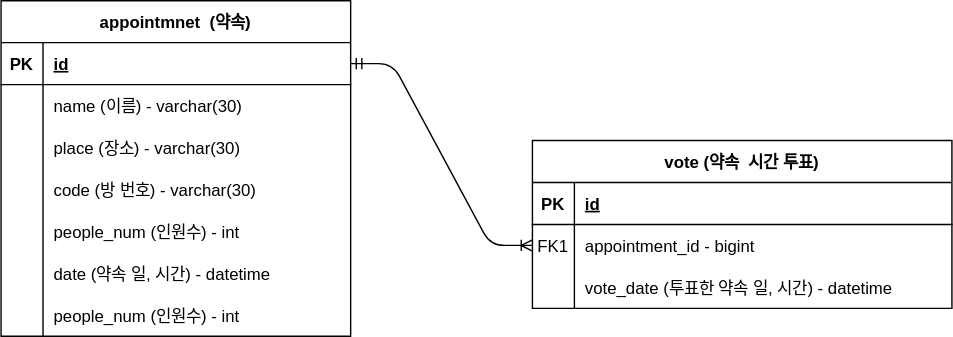
Before: document/erd.svg, a diagram exported from draw.io (Kwonminwoo/WWMeet). Source tidied: cells renumbered, new cells last; positions are measured from the earlier drawing's top-left corner, leaving out a move shared by most shapes.
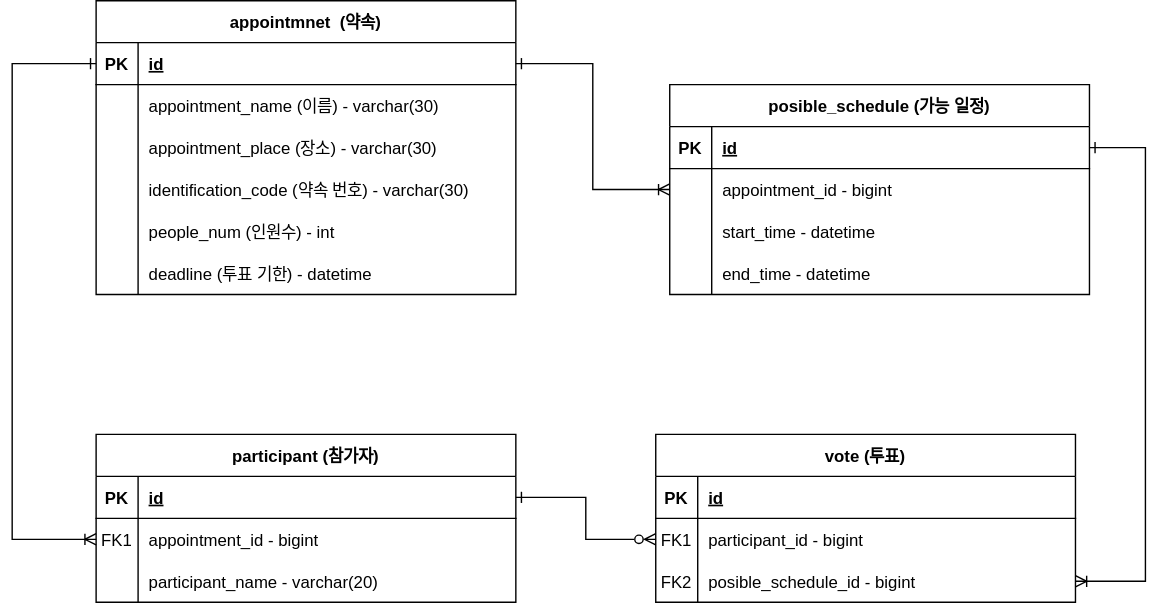
The same file after the commit.

The edit, as a diff of the source:
```diff
@@ -2,11 +2,8 @@
   <root>
     <mxCell id="0" />
     <mxCell id="1" parent="0" />
-    <mxCell id="2" style="edgeStyle=entityRelationEdgeStyle;endArrow=ERoneToMany;startArrow=ERmandOne;endFill=0;startFill=0;exitX=1;exitY=0.5;exitDx=0;exitDy=0;" parent="1" edge="1" source="14" target="7">
-      <mxGeometry relative="1" as="geometry" />
-    </mxCell>
-    <mxCell id="3" value="vote (약속  시간 투표)" style="shape=table;startSize=30;rowLines=0;fontStyle=1;align=center;" parent="1" vertex="1">
-      <mxGeometry x="380" y="100" width="300" height="120" as="geometry" />
+    <mxCell id="3" value="vote (투표)" style="shape=table;startSize=30;rowLines=0;fontStyle=1;align=center;" parent="1" vertex="1">
+      <mxGeometry x="370" y="410" width="300" height="120" as="geometry" />
     </mxCell>
     <mxCell id="4" style="shape=partialRectangle;fillColor=none;top=0;left=0;right=0;bottom=1;" parent="3" vertex="1">
       <mxGeometry y="30" width="300" height="30" as="geometry" />
@@ -23,83 +20,165 @@
     <mxCell id="8" value="FK1" style="shape=partialRectangle;overflow=hidden;fillColor=none;top=0;left=0;bottom=0;right=0;" parent="7" vertex="1">
       <mxGeometry width="30" height="30" as="geometry" />
     </mxCell>
-    <mxCell id="9" value="appointment_id - bigint" style="shape=partialRectangle;overflow=hidden;fillColor=none;top=0;left=0;bottom=0;right=0;align=left;spacingLeft=6;" parent="7" vertex="1">
+    <mxCell id="9" value="participant_id - bigint" style="shape=partialRectangle;overflow=hidden;fillColor=none;top=0;left=0;bottom=0;right=0;align=left;spacingLeft=6;" parent="7" vertex="1">
       <mxGeometry x="30" width="270" height="30" as="geometry" />
     </mxCell>
     <mxCell id="10" style="shape=partialRectangle;fillColor=none;points=[[0,0.5],[1,0.5]];portConstraint=eastwest;top=0;left=0;right=0;bottom=0;" parent="3" vertex="1">
       <mxGeometry y="90" width="300" height="30" as="geometry" />
     </mxCell>
-    <mxCell id="11" style="shape=partialRectangle;overflow=hidden;fillColor=none;top=0;left=0;bottom=0;right=0;" parent="10" vertex="1">
+    <mxCell id="11" value="FK2" style="shape=partialRectangle;overflow=hidden;fillColor=none;top=0;left=0;bottom=0;right=0;" parent="10" vertex="1">
       <mxGeometry width="30" height="30" as="geometry" />
     </mxCell>
-    <mxCell id="12" value="vote_date (투표한 약속 일, 시간) - datetime" style="shape=partialRectangle;overflow=hidden;fillColor=none;top=0;left=0;bottom=0;right=0;align=left;spacingLeft=6;" parent="10" vertex="1">
+    <mxCell id="12" value="posible_schedule_id - bigint" style="shape=partialRectangle;overflow=hidden;fillColor=none;top=0;left=0;bottom=0;right=0;align=left;spacingLeft=6;" parent="10" vertex="1">
       <mxGeometry x="30" width="270" height="30" as="geometry" />
     </mxCell>
     <mxCell id="13" value="appointmnet  (약속)" style="shape=table;startSize=30;rowLines=0;fontStyle=1;align=center;" parent="1" vertex="1">
-      <mxGeometry width="250" height="240" as="geometry" />
+      <mxGeometry x="-30" y="100" width="300" height="210" as="geometry" />
     </mxCell>
     <mxCell id="14" style="shape=partialRectangle;fillColor=none;points=[[0,0.5],[1,0.5]];portConstraint=eastwest;top=0;left=0;right=0;bottom=1;" parent="13" vertex="1">
-      <mxGeometry y="30" width="250" height="30" as="geometry" />
+      <mxGeometry y="30" width="300" height="30" as="geometry" />
     </mxCell>
     <mxCell id="15" value="PK" style="shape=partialRectangle;overflow=hidden;fillColor=none;top=0;left=0;bottom=0;right=0;fontStyle=1;" parent="14" vertex="1">
       <mxGeometry width="30" height="30" as="geometry" />
     </mxCell>
     <mxCell id="16" value="id" style="shape=partialRectangle;overflow=hidden;fillColor=none;top=0;left=0;bottom=0;right=0;align=left;spacingLeft=6;fontStyle=5;" parent="14" vertex="1">
-      <mxGeometry x="30" width="220" height="30" as="geometry" />
+      <mxGeometry x="30" width="270" height="30" as="geometry" />
     </mxCell>
     <mxCell id="17" style="shape=partialRectangle;fillColor=none;top=0;left=0;right=0;bottom=0;" parent="13" vertex="1">
-      <mxGeometry y="60" width="250" height="30" as="geometry" />
+      <mxGeometry y="60" width="300" height="30" as="geometry" />
     </mxCell>
     <mxCell id="18" style="shape=partialRectangle;overflow=hidden;fillColor=none;top=0;left=0;bottom=0;right=0;" parent="17" vertex="1">
       <mxGeometry width="30" height="30" as="geometry" />
     </mxCell>
-    <mxCell id="19" value="name (이름) - varchar(30)" style="shape=partialRectangle;overflow=hidden;fillColor=none;top=0;left=0;bottom=0;right=0;align=left;spacingLeft=6;" parent="17" vertex="1">
-      <mxGeometry x="30" width="220" height="30" as="geometry" />
+    <mxCell id="19" value="appointment_name (이름) - varchar(30)" style="shape=partialRectangle;overflow=hidden;fillColor=none;top=0;left=0;bottom=0;right=0;align=left;spacingLeft=6;" parent="17" vertex="1">
+      <mxGeometry x="30" width="270" height="30" as="geometry" />
     </mxCell>
     <mxCell id="20" style="shape=partialRectangle;fillColor=none;top=0;left=0;right=0;bottom=0;" parent="13" vertex="1">
-      <mxGeometry y="90" width="250" height="30" as="geometry" />
+      <mxGeometry y="90" width="300" height="30" as="geometry" />
     </mxCell>
     <mxCell id="21" style="shape=partialRectangle;overflow=hidden;fillColor=none;top=0;left=0;bottom=0;right=0;" parent="20" vertex="1">
       <mxGeometry width="30" height="30" as="geometry" />
     </mxCell>
-    <mxCell id="22" value="place (장소) - varchar(30)" style="shape=partialRectangle;overflow=hidden;fillColor=none;top=0;left=0;bottom=0;right=0;align=left;spacingLeft=6;" parent="20" vertex="1">
-      <mxGeometry x="30" width="220" height="30" as="geometry" />
+    <mxCell id="22" value="appointment_place (장소) - varchar(30)" style="shape=partialRectangle;overflow=hidden;fillColor=none;top=0;left=0;bottom=0;right=0;align=left;spacingLeft=6;" parent="20" vertex="1">
+      <mxGeometry x="30" width="270" height="30" as="geometry" />
     </mxCell>
     <mxCell id="23" style="shape=partialRectangle;fillColor=none;top=0;left=0;right=0;bottom=0;" parent="13" vertex="1">
-      <mxGeometry y="120" width="250" height="30" as="geometry" />
+      <mxGeometry y="120" width="300" height="30" as="geometry" />
     </mxCell>
     <mxCell id="24" style="shape=partialRectangle;overflow=hidden;fillColor=none;top=0;left=0;bottom=0;right=0;" parent="23" vertex="1">
       <mxGeometry width="30" height="30" as="geometry" />
     </mxCell>
-    <mxCell id="25" value="code (방 번호) - varchar(30)" style="shape=partialRectangle;overflow=hidden;fillColor=none;top=0;left=0;bottom=0;right=0;align=left;spacingLeft=6;" parent="23" vertex="1">
-      <mxGeometry x="30" width="220" height="30" as="geometry" />
+    <mxCell id="25" value="identification_code (약속 번호) - varchar(30)" style="shape=partialRectangle;overflow=hidden;fillColor=none;top=0;left=0;bottom=0;right=0;align=left;spacingLeft=6;" parent="23" vertex="1">
+      <mxGeometry x="30" width="270" height="30" as="geometry" />
     </mxCell>
     <mxCell id="26" style="shape=partialRectangle;fillColor=none;top=0;left=0;right=0;bottom=0;" parent="13" vertex="1">
-      <mxGeometry y="150" width="250" height="30" as="geometry" />
+      <mxGeometry y="150" width="300" height="30" as="geometry" />
     </mxCell>
     <mxCell id="27" style="shape=partialRectangle;overflow=hidden;fillColor=none;top=0;left=0;bottom=0;right=0;" parent="26" vertex="1">
       <mxGeometry width="30" height="30" as="geometry" />
     </mxCell>
     <mxCell id="28" value="people_num (인원수) - int" style="shape=partialRectangle;overflow=hidden;fillColor=none;top=0;left=0;bottom=0;right=0;align=left;spacingLeft=6;" parent="26" vertex="1">
-      <mxGeometry x="30" width="220" height="30" as="geometry" />
+      <mxGeometry x="30" width="270" height="30" as="geometry" />
     </mxCell>
     <mxCell id="29" style="shape=partialRectangle;fillColor=none;top=0;left=0;right=0;bottom=0;" parent="13" vertex="1">
-      <mxGeometry y="180" width="250" height="30" as="geometry" />
+      <mxGeometry y="180" width="300" height="30" as="geometry" />
     </mxCell>
     <mxCell id="30" style="shape=partialRectangle;overflow=hidden;fillColor=none;top=0;left=0;bottom=0;right=0;" parent="29" vertex="1">
       <mxGeometry width="30" height="30" as="geometry" />
     </mxCell>
-    <mxCell id="31" value="date (약속 일, 시간) - datetime" style="shape=partialRectangle;overflow=hidden;fillColor=none;top=0;left=0;bottom=0;right=0;align=left;spacingLeft=6;" parent="29" vertex="1">
-      <mxGeometry x="30" width="220" height="30" as="geometry" />
+    <mxCell id="31" value="deadline (투표 기한) - datetime" style="shape=partialRectangle;overflow=hidden;fillColor=none;top=0;left=0;bottom=0;right=0;align=left;spacingLeft=6;" parent="29" vertex="1">
+      <mxGeometry x="30" width="270" height="30" as="geometry" />
     </mxCell>
-    <mxCell id="32" style="shape=partialRectangle;fillColor=none;top=0;left=0;right=0;bottom=0;" parent="13" vertex="1">
-      <mxGeometry y="210" width="250" height="30" as="geometry" />
-    </mxCell>
-    <mxCell id="33" style="shape=partialRectangle;overflow=hidden;fillColor=none;top=0;left=0;bottom=0;right=0;" parent="32" vertex="1">
-      <mxGeometry width="30" height="30" as="geometry" />
-    </mxCell>
-    <mxCell id="34" value="people_num (인원수) - int" style="shape=partialRectangle;overflow=hidden;fillColor=none;top=0;left=0;bottom=0;right=0;align=left;spacingLeft=6;" parent="32" vertex="1">
-      <mxGeometry x="30" width="220" height="30" as="geometry" />
-    </mxCell>
+    <mxCell id="35" value="participant (참가자)" style="shape=table;startSize=30;rowLines=0;fontStyle=1;align=center;" parent="1" vertex="1">
+      <mxGeometry x="-30" y="410" width="300" height="120" as="geometry" />
+    </mxCell>
+    <mxCell id="36" style="shape=partialRectangle;fillColor=none;points=[[0,0.5],[1,0.5]];portConstraint=eastwest;top=0;left=0;right=0;bottom=1;" parent="35" vertex="1">
+      <mxGeometry y="30" width="300" height="30" as="geometry" />
+    </mxCell>
+    <mxCell id="37" value="PK" style="shape=partialRectangle;overflow=hidden;fillColor=none;top=0;left=0;bottom=0;right=0;fontStyle=1;" parent="36" vertex="1">
+      <mxGeometry width="30" height="30" as="geometry" />
+    </mxCell>
+    <mxCell id="38" value="id" style="shape=partialRectangle;overflow=hidden;fillColor=none;top=0;left=0;bottom=0;right=0;align=left;spacingLeft=6;fontStyle=5;" parent="36" vertex="1">
+      <mxGeometry x="30" width="270" height="30" as="geometry" />
+    </mxCell>
+    <mxCell id="39" style="shape=partialRectangle;fillColor=none;points=[[0,0.5],[1,0.5]];portConstraint=eastwest;top=0;left=0;right=0;bottom=0;" parent="35" vertex="1">
+      <mxGeometry y="60" width="300" height="30" as="geometry" />
+    </mxCell>
+    <mxCell id="40" value="FK1" style="shape=partialRectangle;overflow=hidden;fillColor=none;top=0;left=0;bottom=0;right=0;" parent="39" vertex="1">
+      <mxGeometry width="30" height="30" as="geometry" />
+    </mxCell>
+    <mxCell id="41" value="appointment_id - bigint" style="shape=partialRectangle;overflow=hidden;fillColor=none;top=0;left=0;bottom=0;right=0;align=left;spacingLeft=6;" parent="39" vertex="1">
+      <mxGeometry x="30" width="270" height="30" as="geometry" />
+    </mxCell>
+    <mxCell id="42" style="shape=partialRectangle;fillColor=none;top=0;left=0;right=0;bottom=0;" parent="35" vertex="1">
+      <mxGeometry y="90" width="300" height="30" as="geometry" />
+    </mxCell>
+    <mxCell id="43" style="shape=partialRectangle;overflow=hidden;fillColor=none;top=0;left=0;bottom=0;right=0;" parent="42" vertex="1">
+      <mxGeometry width="30" height="30" as="geometry" />
+    </mxCell>
+    <mxCell id="44" value="participant_name - varchar(20)" style="shape=partialRectangle;overflow=hidden;fillColor=none;top=0;left=0;bottom=0;right=0;align=left;spacingLeft=6;" parent="42" vertex="1">
+      <mxGeometry x="30" width="270" height="30" as="geometry" />
+    </mxCell>
+    <mxCell id="45" value="posible_schedule (가능 일정)" style="shape=table;startSize=30;rowLines=0;fontStyle=1;align=center;" parent="1" vertex="1">
+      <mxGeometry x="380" y="160" width="300" height="150" as="geometry" />
+    </mxCell>
+    <mxCell id="46" style="shape=partialRectangle;fillColor=none;points=[[0,0.5],[1,0.5]];portConstraint=eastwest;top=0;left=0;right=0;bottom=1;" parent="45" vertex="1">
+      <mxGeometry y="30" width="300" height="30" as="geometry" />
+    </mxCell>
+    <mxCell id="47" value="PK" style="shape=partialRectangle;overflow=hidden;fillColor=none;top=0;left=0;bottom=0;right=0;fontStyle=1;" parent="46" vertex="1">
+      <mxGeometry width="30" height="30" as="geometry" />
+    </mxCell>
+    <mxCell id="48" value="id" style="shape=partialRectangle;overflow=hidden;fillColor=none;top=0;left=0;bottom=0;right=0;align=left;spacingLeft=6;fontStyle=5;" parent="46" vertex="1">
+      <mxGeometry x="30" width="270" height="30" as="geometry" />
+    </mxCell>
+    <mxCell id="49" style="shape=partialRectangle;fillColor=none;points=[[0,0.5],[1,0.5]];portConstraint=eastwest;top=0;left=0;right=0;bottom=0;" parent="45" vertex="1">
+      <mxGeometry y="60" width="300" height="30" as="geometry" />
+    </mxCell>
+    <mxCell id="50" style="shape=partialRectangle;overflow=hidden;fillColor=none;top=0;left=0;bottom=0;right=0;" parent="49" vertex="1">
+      <mxGeometry width="30" height="30" as="geometry" />
+    </mxCell>
+    <mxCell id="51" value="appointment_id - bigint" style="shape=partialRectangle;overflow=hidden;fillColor=none;top=0;left=0;bottom=0;right=0;align=left;spacingLeft=6;" parent="49" vertex="1">
+      <mxGeometry x="30" width="270" height="30" as="geometry" />
+    </mxCell>
+    <mxCell id="52" style="shape=partialRectangle;fillColor=none;top=0;left=0;right=0;bottom=0;" parent="45" vertex="1">
+      <mxGeometry y="90" width="300" height="30" as="geometry" />
+    </mxCell>
+    <mxCell id="53" style="shape=partialRectangle;overflow=hidden;fillColor=none;top=0;left=0;bottom=0;right=0;" parent="52" vertex="1">
+      <mxGeometry width="30" height="30" as="geometry" />
+    </mxCell>
+    <mxCell id="54" value="start_time - datetime" style="shape=partialRectangle;overflow=hidden;fillColor=none;top=0;left=0;bottom=0;right=0;align=left;spacingLeft=6;" parent="52" vertex="1">
+      <mxGeometry x="30" width="270" height="30" as="geometry" />
+    </mxCell>
+    <mxCell id="55" style="shape=partialRectangle;fillColor=none;top=0;left=0;right=0;bottom=0;" parent="45" vertex="1">
+      <mxGeometry y="120" width="300" height="30" as="geometry" />
+    </mxCell>
+    <mxCell id="56" style="shape=partialRectangle;overflow=hidden;fillColor=none;top=0;left=0;bottom=0;right=0;" parent="55" vertex="1">
+      <mxGeometry width="30" height="30" as="geometry" />
+    </mxCell>
+    <mxCell id="57" value="end_time - datetime" style="shape=partialRectangle;overflow=hidden;fillColor=none;top=0;left=0;bottom=0;right=0;align=left;spacingLeft=6;" parent="55" vertex="1">
+      <mxGeometry x="30" width="270" height="30" as="geometry" />
+    </mxCell>
+    <mxCell id="58" style="rounded=0;jettySize=auto;html=1;exitX=1;exitY=0.5;exitDx=0;exitDy=0;entryX=0;entryY=0.5;entryDx=0;entryDy=0;edgeStyle=orthogonalEdgeStyle;endArrow=ERzeroToMany;endFill=0;startArrow=ERone;startFill=0;" parent="1" edge="1" source="36" target="7">
+      <mxGeometry relative="1" as="geometry" />
+    </mxCell>
+    <mxCell id="59" style="edgeStyle=orthogonalEdgeStyle;rounded=0;jettySize=auto;html=1;exitX=1;exitY=0.5;exitDx=0;exitDy=0;entryX=1;entryY=0.5;entryDx=0;entryDy=0;endArrow=ERoneToMany;endFill=0;startArrow=ERone;startFill=0;" parent="1" edge="1" source="46" target="10">
+      <mxGeometry relative="1" as="geometry">
+        <Array as="points">
+          <mxPoint x="720" y="205" />
+          <mxPoint x="720" y="515" />
+        </Array>
+      </mxGeometry>
+    </mxCell>
+    <mxCell id="60" style="edgeStyle=orthogonalEdgeStyle;rounded=0;jettySize=auto;html=1;exitX=0;exitY=0.5;exitDx=0;exitDy=0;entryX=0;entryY=0.5;entryDx=0;entryDy=0;startArrow=ERoneToMany;startFill=0;endArrow=ERone;endFill=0;" parent="1" edge="1" source="39" target="14">
+      <mxGeometry relative="1" as="geometry">
+        <Array as="points">
+          <mxPoint x="-90" y="485" />
+          <mxPoint x="-90" y="145" />
+        </Array>
+      </mxGeometry>
+    </mxCell>
+    <mxCell id="61" style="edgeStyle=orthogonalEdgeStyle;rounded=0;jettySize=auto;html=1;exitX=1;exitY=0.5;exitDx=0;exitDy=0;entryX=0;entryY=0.5;entryDx=0;entryDy=0;endArrow=ERoneToMany;endFill=0;startArrow=ERone;startFill=0;" parent="1" edge="1" source="14" target="49">
+      <mxGeometry relative="1" as="geometry" />
+    </mxCell>
   </root>
 </mxGraphModel>
```
